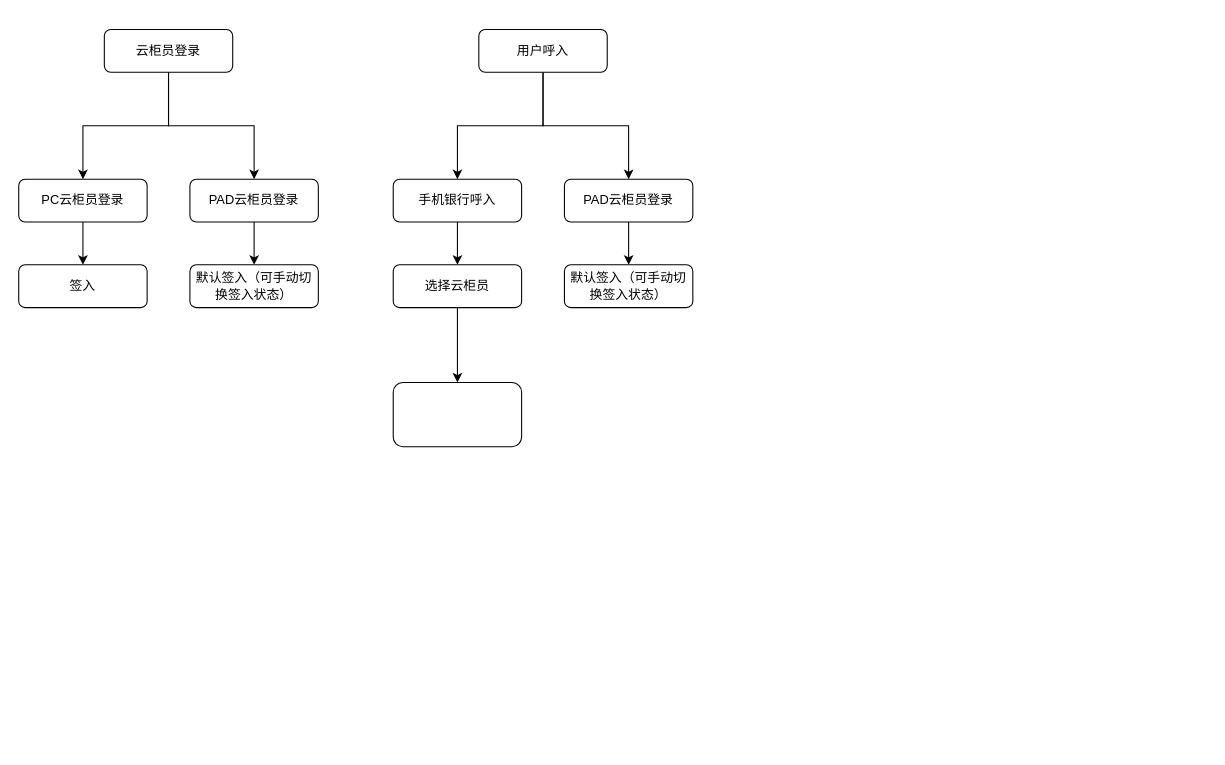
This is 未命名绘图.drawio from miraclehifi/Web, a draw.io file, before an edit. Source tidied: cells renumbered, new cells numbered last; positions are measured from the earlier drawing's top-left corner, leaving out a move shared by most shapes. Both pictures are drawn from the tidied source at 107%, with x=0, y=0 at pixel (18, 29).
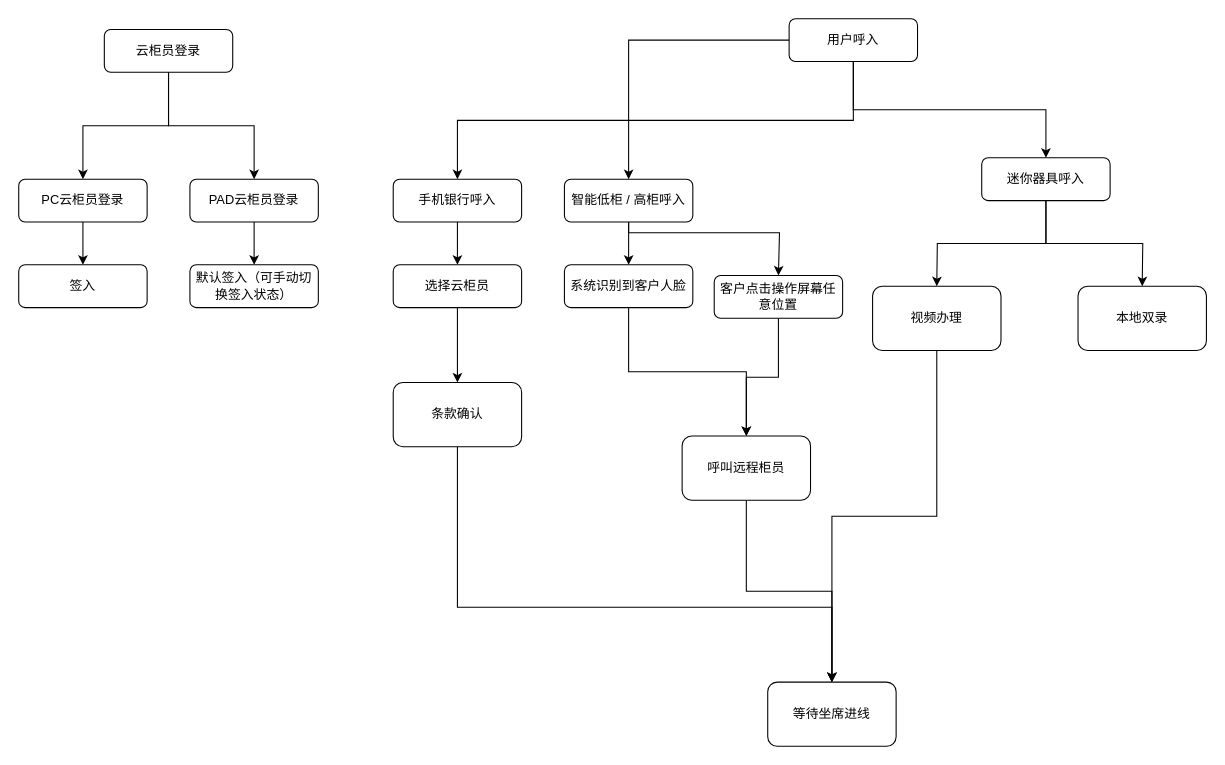
The same page after the edit.

Commit message:
更新未命名绘图.drawio

Diff of the diagram source:
```diff
@@
+    <mxCell id="22" style="edgeStyle=orthogonalEdgeStyle;rounded=0;jettySize=auto;html=1;exitX=0.5;exitY=1;exitDx=0;exitDy=0;entryX=0.5;entryY=0;entryDx=0;entryDy=0;" parent="1" edge="1" source="13" target="33">
+      <mxGeometry relative="1" as="geometry" />
+    </mxCell>
     <mxCell id="13" value="用户呼入" style="rounded=1;whiteSpace=wrap;html=1;fontSize=12;glass=0;strokeWidth=1;shadow=0;" parent="1" vertex="1">
-      <mxGeometry x="430" width="120" height="40" as="geometry" />
+      <mxGeometry x="720" y="-10" width="120" height="40" as="geometry" />
     </mxCell>
@@
+    <mxCell id="23" style="edgeStyle=orthogonalEdgeStyle;rounded=0;jettySize=auto;html=1;exitX=0.5;exitY=1;exitDx=0;exitDy=0;" parent="1" edge="1" source="17">
+      <mxGeometry relative="1" as="geometry">
+        <mxPoint x="710" y="230" as="targetPoint" />
+        <Array as="points">
+          <mxPoint x="570" y="190" />
+          <mxPoint x="711" y="190" />
+        </Array>
+      </mxGeometry>
+    </mxCell>
-    <mxCell id="17" value="PAD云柜员登录" style="rounded=1;whiteSpace=wrap;html=1;fontSize=12;glass=0;strokeWidth=1;shadow=0;" parent="1" vertex="1">
+    <mxCell id="17" value="智能低柜 / 高柜呼入" style="rounded=1;whiteSpace=wrap;html=1;fontSize=12;glass=0;strokeWidth=1;shadow=0;" parent="1" vertex="1">
       <mxGeometry x="510" y="140" width="120" height="40" as="geometry" />
     </mxCell>
@@
+    <mxCell id="24" style="edgeStyle=orthogonalEdgeStyle;rounded=0;jettySize=auto;html=1;" parent="1" edge="1" source="20" target="28">
+      <mxGeometry relative="1" as="geometry" />
+    </mxCell>
-    <mxCell id="20" value="默认签入（可手动切换签入状态）" style="rounded=1;whiteSpace=wrap;html=1;fontSize=12;glass=0;strokeWidth=1;shadow=0;" parent="1" vertex="1">
+    <mxCell id="20" value="系统识别到客户人脸" style="rounded=1;whiteSpace=wrap;html=1;fontSize=12;glass=0;strokeWidth=1;shadow=0;" parent="1" vertex="1">
       <mxGeometry x="510" y="220" width="120" height="40" as="geometry" />
     </mxCell>
+    <mxCell id="25" style="edgeStyle=orthogonalEdgeStyle;rounded=0;jettySize=auto;html=1;" parent="1" edge="1" source="21" target="26">
+      <mxGeometry relative="1" as="geometry">
+        <Array as="points">
+          <mxPoint x="410" y="540" />
+          <mxPoint x="760" y="540" />
+        </Array>
+      </mxGeometry>
+    </mxCell>
-    <mxCell id="21" style="whiteSpace=wrap;html=1;rounded=1;glass=0;strokeWidth=1;shadow=0;" parent="1" vertex="1">
+    <mxCell id="21" value="条款确认" style="whiteSpace=wrap;html=1;rounded=1;glass=0;strokeWidth=1;shadow=0;" parent="1" vertex="1">
       <mxGeometry x="350" y="330" width="120" height="60" as="geometry" />
     </mxCell>
+    <mxCell id="26" value="等待坐席进线" style="whiteSpace=wrap;html=1;rounded=1;glass=0;strokeWidth=1;shadow=0;" parent="1" vertex="1">
+      <mxGeometry x="700" y="610" width="120" height="60" as="geometry" />
+    </mxCell>
+    <mxCell id="27" style="edgeStyle=orthogonalEdgeStyle;rounded=0;jettySize=auto;html=1;entryX=0.5;entryY=0;entryDx=0;entryDy=0;" parent="1" edge="1" source="28" target="26">
+      <mxGeometry relative="1" as="geometry" />
+    </mxCell>
+    <mxCell id="28" value="呼叫远程柜员" style="whiteSpace=wrap;html=1;rounded=1;glass=0;strokeWidth=1;shadow=0;" parent="1" vertex="1">
+      <mxGeometry x="620" y="380" width="120" height="60" as="geometry" />
+    </mxCell>
+    <mxCell id="29" style="edgeStyle=orthogonalEdgeStyle;rounded=0;jettySize=auto;html=1;exitX=0.5;exitY=1;exitDx=0;exitDy=0;entryX=0.5;entryY=0;entryDx=0;entryDy=0;" parent="1" edge="1" source="30" target="28">
+      <mxGeometry relative="1" as="geometry" />
+    </mxCell>
+    <mxCell id="30" value="客户点击操作屏幕任意位置" style="rounded=1;whiteSpace=wrap;html=1;fontSize=12;glass=0;strokeWidth=1;shadow=0;" parent="1" vertex="1">
+      <mxGeometry x="650" y="230" width="120" height="40" as="geometry" />
+    </mxCell>
+    <mxCell id="31" style="edgeStyle=orthogonalEdgeStyle;rounded=0;jettySize=auto;html=1;exitX=0.5;exitY=1;exitDx=0;exitDy=0;" parent="1" edge="1" source="33">
+      <mxGeometry relative="1" as="geometry">
+        <mxPoint x="858" y="240" as="targetPoint" />
+      </mxGeometry>
+    </mxCell>
+    <mxCell id="32" style="edgeStyle=orthogonalEdgeStyle;rounded=0;jettySize=auto;html=1;exitX=0.5;exitY=1;exitDx=0;exitDy=0;" parent="1" edge="1" source="33">
+      <mxGeometry relative="1" as="geometry">
+        <mxPoint x="1050" y="240" as="targetPoint" />
+      </mxGeometry>
+    </mxCell>
+    <mxCell id="33" value="迷你器具呼入" style="rounded=1;whiteSpace=wrap;html=1;fontSize=12;glass=0;strokeWidth=1;shadow=0;" parent="1" vertex="1">
+      <mxGeometry x="900" y="120" width="120" height="40" as="geometry" />
+    </mxCell>
+    <mxCell id="34" style="edgeStyle=orthogonalEdgeStyle;rounded=0;jettySize=auto;html=1;exitX=0.5;exitY=1;exitDx=0;exitDy=0;" parent="1" edge="1" source="35" target="26">
+      <mxGeometry relative="1" as="geometry" />
+    </mxCell>
+    <mxCell id="35" value="视频办理" style="whiteSpace=wrap;html=1;rounded=1;glass=0;strokeWidth=1;shadow=0;" parent="1" vertex="1">
+      <mxGeometry x="798" y="240" width="120" height="60" as="geometry" />
+    </mxCell>
+    <mxCell id="36" value="本地双录" style="whiteSpace=wrap;html=1;rounded=1;glass=0;strokeWidth=1;shadow=0;" parent="1" vertex="1">
+      <mxGeometry x="990" y="240" width="120" height="60" as="geometry" />
+    </mxCell>
```
